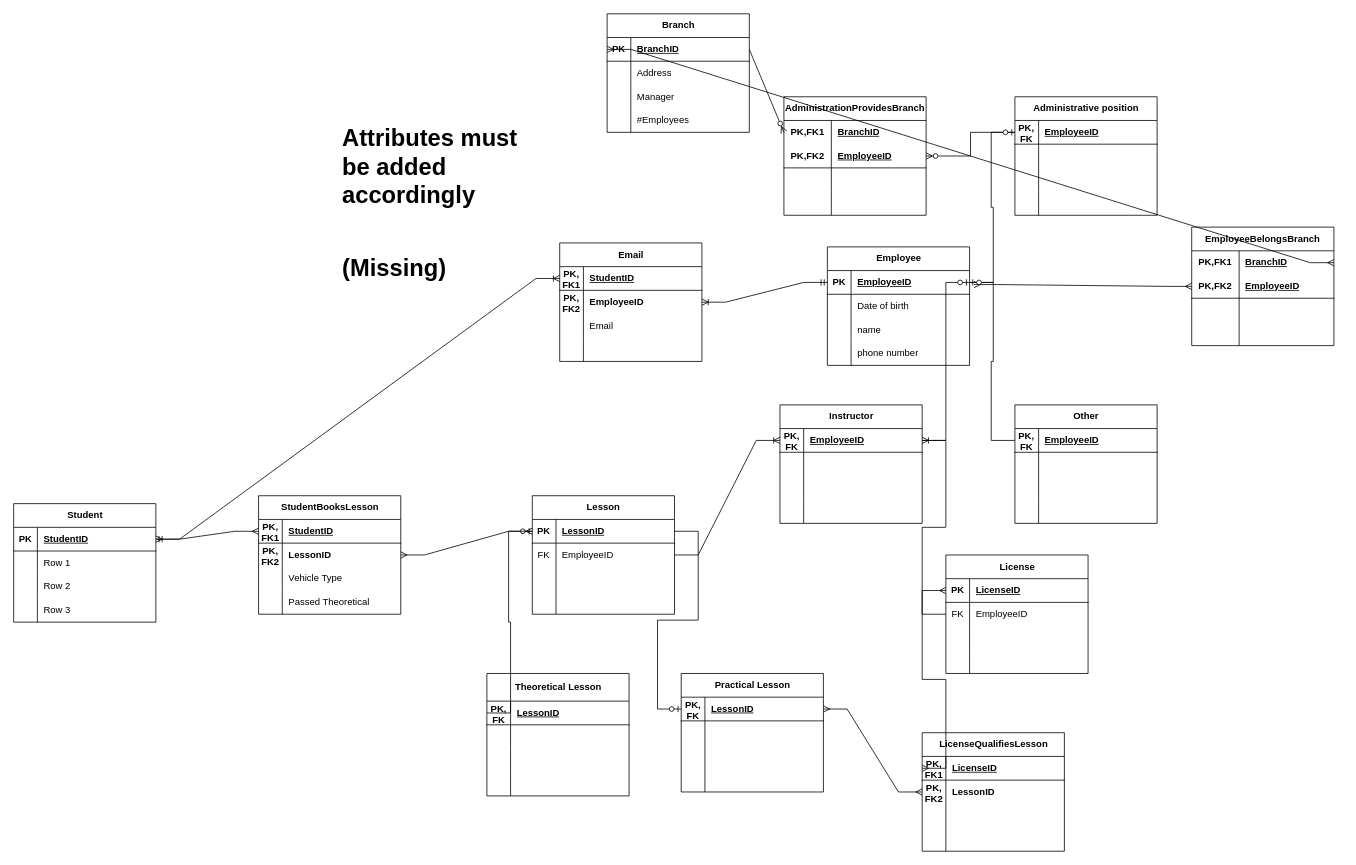
The draw.io diagram 2_Logical_Data_Model/Driving_School_Daniel_Logical.drawio in Luma48/Database-Foundations-Project, before the edit. Source tidied: cells renumbered, new cells numbered last; positions are measured from the earlier drawing's top-left corner, leaving out a move shared by most shapes. Both pictures are drawn from the tidied source at 79%, with x=0, y=0 at pixel (13, 13).
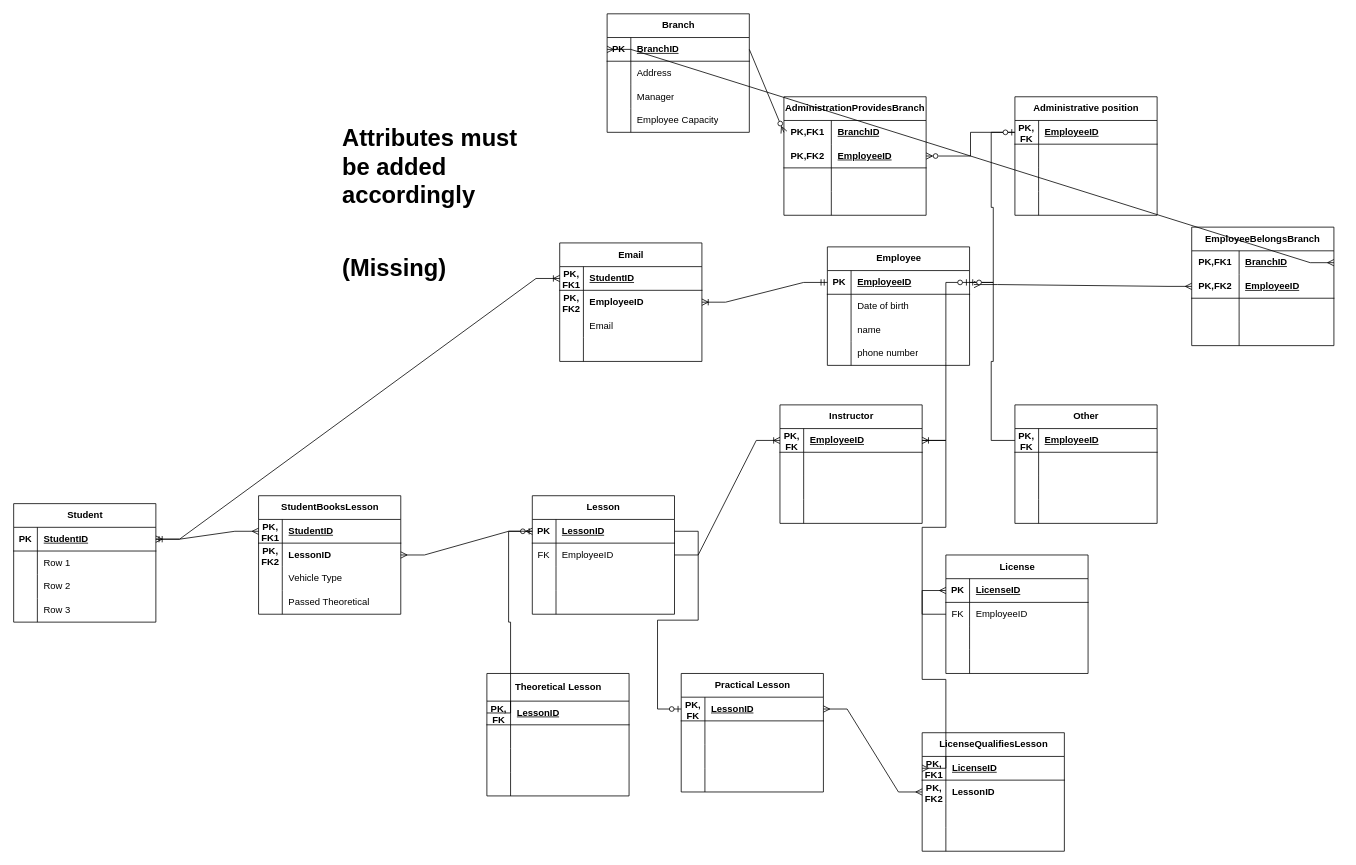
After the change.

Commit message:
fix employee capacity

The change refers to these unchanged cells:
```xml
<mxCell id="12" style="shape=tableRow;horizontal=0;startSize=0;swimlaneHead=0;swimlaneBody=0;fillColor=none;top=0;left=0;right=0;bottom=0;" parent="2" vertex="1">
  <mxGeometry y="120" width="180" height="30" as="geometry" />
</mxCell>
```

Change to the diagram source:
```diff
@@
-    <mxCell id="14" value="#Employees" style="shape=partialRectangle;fillColor=none;top=0;left=0;bottom=0;right=0;align=left;spacingLeft=6;overflow=hidden;whiteSpace=wrap;html=1;" parent="12" vertex="1">
+    <mxCell id="14" value="Employee Capacity" style="shape=partialRectangle;fillColor=none;top=0;left=0;bottom=0;right=0;align=left;spacingLeft=6;overflow=hidden;whiteSpace=wrap;html=1;" parent="12" vertex="1">
       <mxGeometry x="30" width="150" height="30" as="geometry" />
     </mxCell>
```
